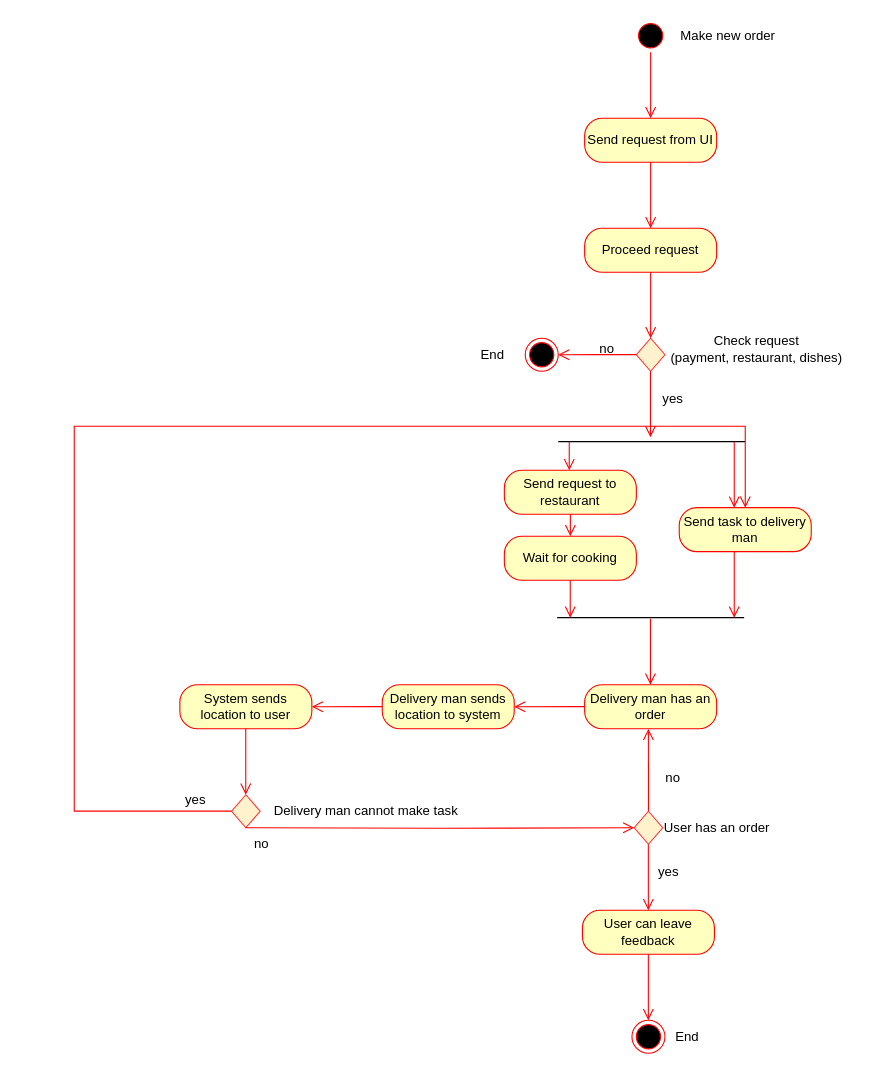
Before: dia4.drawio in Anton-beep/task33, a draw.io diagram. Source tidied: cells renumbered, new cells numbered last; positions are measured from the earlier drawing's top-left corner, leaving out a move shared by most shapes. Both pictures are drawn from the tidied source at 110%, with x=0, y=0 at pixel (74, 19).
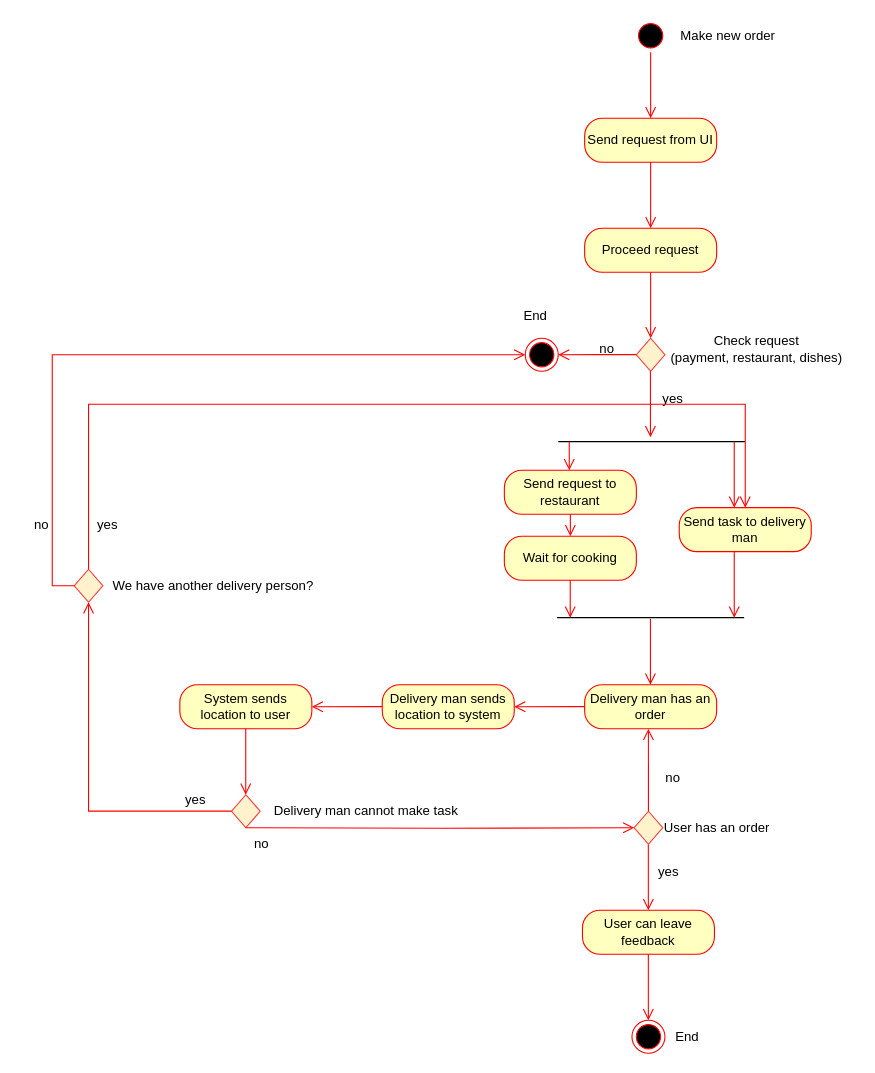
Above is the later version.

Unchanged cells that the change refers to:
```xml
<mxCell id="13" style="ellipse;html=1;shape=endState;fillColor=#000000;strokeColor=#ff0000;" parent="1" vertex="1">
  <mxGeometry x="410" y="290" width="30" height="30" as="geometry" />
</mxCell>
<mxCell id="20" value="Send task to delivery man" style="rounded=1;whiteSpace=wrap;html=1;arcSize=40;fontColor=#000000;fillColor=#ffffc0;strokeColor=#ff0000;" parent="1" vertex="1">
  <mxGeometry x="550" y="444" width="120" height="40" as="geometry" />
</mxCell>
```

What changed in the source:
```diff
@@
     <mxCell id="29" value="End" style="text;html=1;align=center;verticalAlign=middle;strokeColor=none;fillColor=none;" parent="1" vertex="1">
-      <mxGeometry x="360" y="290" width="40" height="30" as="geometry" />
+      <mxGeometry x="399" y="255" width="40" height="30" as="geometry" />
     </mxCell>
@@
-    <mxCell id="42" style="edgeStyle=orthogonalEdgeStyle;html=1;verticalAlign=bottom;endArrow=open;endSize=8;strokeColor=#ff0000;rounded=0;entryX=0.5;entryY=0;entryDx=0;entryDy=0;" parent="1" edge="1" target="20">
+    <mxCell id="42" style="edgeStyle=orthogonalEdgeStyle;html=1;verticalAlign=bottom;endArrow=open;endSize=8;strokeColor=#ff0000;rounded=0;entryX=0.5;entryY=1;entryDx=0;entryDy=0;" parent="1" edge="1" target="50">
       <mxGeometry relative="1" as="geometry">
         <mxPoint x="143" y="719.9" as="sourcePoint" />
         <Array as="points">
-          <mxPoint y="720" />
-          <mxPoint y="370" />
-          <mxPoint x="610" y="370" />
+          <mxPoint x="13" y="720" />
         </Array>
       </mxGeometry>
     </mxCell>
@@
+    <mxCell id="50" style="rhombus;whiteSpace=wrap;html=1;fillColor=#fff2cc;strokeColor=#FF3333;" parent="1" vertex="1">
+      <mxGeometry y="500" width="26" height="30" as="geometry" />
+    </mxCell>
+    <mxCell id="51" value="We have another delivery person?" style="text;html=1;align=center;verticalAlign=middle;strokeColor=none;fillColor=none;" parent="1" vertex="1">
+      <mxGeometry x="21" y="500" width="210" height="30" as="geometry" />
+    </mxCell>
+    <mxCell id="52" style="edgeStyle=orthogonalEdgeStyle;html=1;verticalAlign=bottom;endArrow=open;endSize=8;strokeColor=#ff0000;rounded=0;exitX=0.5;exitY=0;exitDx=0;exitDy=0;entryX=0.5;entryY=0;entryDx=0;entryDy=0;" parent="1" edge="1" source="50" target="20">
+      <mxGeometry relative="1" as="geometry">
+        <Array as="points">
+          <mxPoint x="13" y="350" />
+          <mxPoint x="610" y="350" />
+        </Array>
+      </mxGeometry>
+    </mxCell>
+    <mxCell id="53" value="yes" style="text;html=1;align=center;verticalAlign=middle;strokeColor=none;fillColor=none;" parent="1" vertex="1">
+      <mxGeometry x="10" y="445" width="40" height="30" as="geometry" />
+    </mxCell>
+    <mxCell id="54" style="edgeStyle=orthogonalEdgeStyle;html=1;verticalAlign=bottom;endArrow=open;endSize=8;strokeColor=#ff0000;rounded=0;exitX=0;exitY=0.5;exitDx=0;exitDy=0;entryX=0;entryY=0.5;entryDx=0;entryDy=0;" parent="1" edge="1" source="50" target="13">
+      <mxGeometry relative="1" as="geometry">
+        <Array as="points">
+          <mxPoint x="-20" y="515" />
+          <mxPoint x="-20" y="305" />
+        </Array>
+      </mxGeometry>
+    </mxCell>
+    <mxCell id="55" value="no&lt;br&gt;" style="text;html=1;align=center;verticalAlign=middle;strokeColor=none;fillColor=none;" parent="1" vertex="1">
+      <mxGeometry x="-50" y="445" width="40" height="30" as="geometry" />
+    </mxCell>
```
